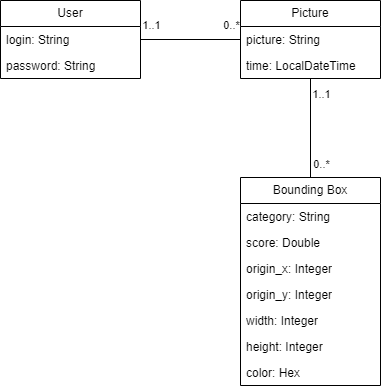
phluoroGG/TP_3.1 keeps this draw.io diagram as Документация/Диаграммы/Диаграмма классов (Class diagram)/Диаграмма классов (Class diagram).png. Above is the earlier version. Source tidied: cells renumbered, new cells last; positions are measured from the earlier drawing's top-left corner, leaving out a move shared by most shapes. Its diagram source:
```xml
<mxGraphModel>
  <root>
    <mxCell id="0" />
    <mxCell id="1" parent="0" />
    <mxCell id="2" value="User" style="swimlane;fontStyle=0;horizontal=1;startSize=26;fillColor=none;whiteSpace=wrap;html=1;" parent="1" vertex="1">
      <mxGeometry width="140" height="78" as="geometry" />
    </mxCell>
    <mxCell id="3" value="login: String" style="text;strokeColor=none;fillColor=none;align=left;verticalAlign=top;spacingLeft=4;spacingRight=4;overflow=hidden;whiteSpace=wrap;html=1;" parent="2" vertex="1">
      <mxGeometry y="26" width="140" height="26" as="geometry" />
    </mxCell>
    <mxCell id="4" value="password: String" style="text;strokeColor=none;fillColor=none;align=left;verticalAlign=top;spacingLeft=4;spacingRight=4;overflow=hidden;whiteSpace=wrap;html=1;" parent="2" vertex="1">
      <mxGeometry y="52" width="140" height="26" as="geometry" />
    </mxCell>
    <mxCell id="5" value="Picture" style="swimlane;fontStyle=0;horizontal=1;startSize=26;fillColor=none;whiteSpace=wrap;html=1;" parent="1" vertex="1">
      <mxGeometry x="240" width="140" height="78" as="geometry" />
    </mxCell>
    <mxCell id="6" value="picture: String" style="text;strokeColor=none;fillColor=none;align=left;verticalAlign=top;spacingLeft=4;spacingRight=4;overflow=hidden;whiteSpace=wrap;html=1;" parent="5" vertex="1">
      <mxGeometry y="26" width="140" height="26" as="geometry" />
    </mxCell>
    <mxCell id="7" value="time: LocalDateTime" style="text;strokeColor=none;fillColor=none;align=left;verticalAlign=top;spacingLeft=4;spacingRight=4;overflow=hidden;whiteSpace=wrap;html=1;" parent="5" vertex="1">
      <mxGeometry y="52" width="140" height="26" as="geometry" />
    </mxCell>
    <mxCell id="8" value="Bounding Box" style="swimlane;fontStyle=0;horizontal=1;startSize=26;fillColor=none;whiteSpace=wrap;html=1;" parent="1" vertex="1">
      <mxGeometry x="240" y="177" width="140" height="208" as="geometry" />
    </mxCell>
    <mxCell id="9" value="category: String" style="text;strokeColor=none;fillColor=none;align=left;verticalAlign=top;spacingLeft=4;spacingRight=4;overflow=hidden;whiteSpace=wrap;html=1;" parent="8" vertex="1">
      <mxGeometry y="26" width="140" height="26" as="geometry" />
    </mxCell>
    <mxCell id="10" value="score: Double" style="text;strokeColor=none;fillColor=none;align=left;verticalAlign=top;spacingLeft=4;spacingRight=4;overflow=hidden;whiteSpace=wrap;html=1;" parent="8" vertex="1">
      <mxGeometry y="52" width="140" height="26" as="geometry" />
    </mxCell>
    <mxCell id="11" value="origin_x: Integer" style="text;strokeColor=none;fillColor=none;align=left;verticalAlign=top;spacingLeft=4;spacingRight=4;overflow=hidden;whiteSpace=wrap;html=1;" parent="8" vertex="1">
      <mxGeometry y="78" width="140" height="26" as="geometry" />
    </mxCell>
    <mxCell id="12" value="origin_y: Integer" style="text;strokeColor=none;fillColor=none;align=left;verticalAlign=top;spacingLeft=4;spacingRight=4;overflow=hidden;whiteSpace=wrap;html=1;" parent="8" vertex="1">
      <mxGeometry y="104" width="140" height="26" as="geometry" />
    </mxCell>
    <mxCell id="13" value="width: Integer" style="text;strokeColor=none;fillColor=none;align=left;verticalAlign=top;spacingLeft=4;spacingRight=4;overflow=hidden;whiteSpace=wrap;html=1;" parent="8" vertex="1">
      <mxGeometry y="130" width="140" height="26" as="geometry" />
    </mxCell>
    <mxCell id="14" value="height: Integer" style="text;strokeColor=none;fillColor=none;align=left;verticalAlign=top;spacingLeft=4;spacingRight=4;overflow=hidden;whiteSpace=wrap;html=1;" parent="8" vertex="1">
      <mxGeometry y="156" width="140" height="26" as="geometry" />
    </mxCell>
    <mxCell id="15" value="color: Hex" style="text;strokeColor=none;fillColor=none;align=left;verticalAlign=top;spacingLeft=4;spacingRight=4;overflow=hidden;whiteSpace=wrap;html=1;" parent="8" vertex="1">
      <mxGeometry y="182" width="140" height="26" as="geometry" />
    </mxCell>
    <mxCell id="16" style="endArrow=none;html=1;rounded=0;" parent="1" edge="1" source="8" target="5">
      <mxGeometry relative="1" as="geometry" />
    </mxCell>
    <mxCell id="17" value="1..1" style="edgeLabel;html=1;align=center;verticalAlign=middle;" parent="16" vertex="1">
      <mxGeometry x="0.7" relative="1" as="geometry">
        <mxPoint x="10" as="offset" />
      </mxGeometry>
    </mxCell>
    <mxCell id="18" value="0..*" style="edgeLabel;html=1;align=center;verticalAlign=middle;" parent="16" vertex="1">
      <mxGeometry x="-0.78" y="-1" relative="1" as="geometry">
        <mxPoint x="9" y="-3" as="offset" />
      </mxGeometry>
    </mxCell>
    <mxCell id="19" style="endArrow=none;html=1;rounded=0;" parent="1" edge="1" source="2" target="5">
      <mxGeometry relative="1" as="geometry" />
    </mxCell>
    <mxCell id="20" value="1..1" style="edgeLabel;html=1;align=center;verticalAlign=middle;" parent="19" vertex="1">
      <mxGeometry x="-0.77" relative="1" as="geometry">
        <mxPoint x="-2" y="-15" as="offset" />
      </mxGeometry>
    </mxCell>
    <mxCell id="21" value="0..*" style="edgeLabel;html=1;align=center;verticalAlign=middle;" parent="19" vertex="1">
      <mxGeometry x="0.82" y="1" relative="1" as="geometry">
        <mxPoint x="-1" y="-14" as="offset" />
      </mxGeometry>
    </mxCell>
  </root>
</mxGraphModel>
```
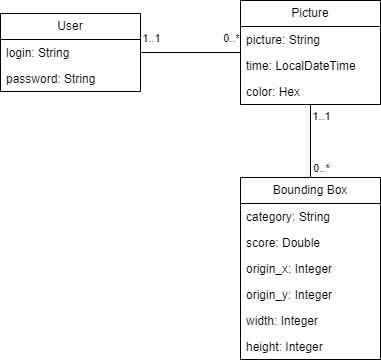
After the change.

Commit message:
Обновлена диаграмма классов

What changed in the source:
```diff
@@ -3,7 +3,7 @@
     <mxCell id="0" />
     <mxCell id="1" parent="0" />
     <mxCell id="2" value="User" style="swimlane;fontStyle=0;horizontal=1;startSize=26;fillColor=none;whiteSpace=wrap;html=1;" parent="1" vertex="1">
-      <mxGeometry width="140" height="78" as="geometry" />
+      <mxGeometry y="13" width="140" height="78" as="geometry" />
     </mxCell>
     <mxCell id="3" value="login: String" style="text;strokeColor=none;fillColor=none;align=left;verticalAlign=top;spacingLeft=4;spacingRight=4;overflow=hidden;whiteSpace=wrap;html=1;" parent="2" vertex="1">
       <mxGeometry y="26" width="140" height="26" as="geometry" />
@@ -12,7 +12,7 @@
       <mxGeometry y="52" width="140" height="26" as="geometry" />
     </mxCell>
     <mxCell id="5" value="Picture" style="swimlane;fontStyle=0;horizontal=1;startSize=26;fillColor=none;whiteSpace=wrap;html=1;" parent="1" vertex="1">
-      <mxGeometry x="240" width="140" height="78" as="geometry" />
+      <mxGeometry x="240" width="140" height="104" as="geometry" />
     </mxCell>
     <mxCell id="6" value="picture: String" style="text;strokeColor=none;fillColor=none;align=left;verticalAlign=top;spacingLeft=4;spacingRight=4;overflow=hidden;whiteSpace=wrap;html=1;" parent="5" vertex="1">
       <mxGeometry y="26" width="140" height="26" as="geometry" />
@@ -20,8 +20,11 @@
     <mxCell id="7" value="time: LocalDateTime" style="text;strokeColor=none;fillColor=none;align=left;verticalAlign=top;spacingLeft=4;spacingRight=4;overflow=hidden;whiteSpace=wrap;html=1;" parent="5" vertex="1">
       <mxGeometry y="52" width="140" height="26" as="geometry" />
     </mxCell>
+    <mxCell id="15" value="color: Hex" style="text;strokeColor=none;fillColor=none;align=left;verticalAlign=top;spacingLeft=4;spacingRight=4;overflow=hidden;whiteSpace=wrap;html=1;" parent="5" vertex="1">
+      <mxGeometry y="78" width="140" height="26" as="geometry" />
+    </mxCell>
     <mxCell id="8" value="Bounding Box" style="swimlane;fontStyle=0;horizontal=1;startSize=26;fillColor=none;whiteSpace=wrap;html=1;" parent="1" vertex="1">
-      <mxGeometry x="240" y="177" width="140" height="208" as="geometry" />
+      <mxGeometry x="240" y="177" width="140" height="182" as="geometry" />
     </mxCell>
     <mxCell id="9" value="category: String" style="text;strokeColor=none;fillColor=none;align=left;verticalAlign=top;spacingLeft=4;spacingRight=4;overflow=hidden;whiteSpace=wrap;html=1;" parent="8" vertex="1">
       <mxGeometry y="26" width="140" height="26" as="geometry" />
@@ -41,9 +44,6 @@
     <mxCell id="14" value="height: Integer" style="text;strokeColor=none;fillColor=none;align=left;verticalAlign=top;spacingLeft=4;spacingRight=4;overflow=hidden;whiteSpace=wrap;html=1;" parent="8" vertex="1">
       <mxGeometry y="156" width="140" height="26" as="geometry" />
     </mxCell>
-    <mxCell id="15" value="color: Hex" style="text;strokeColor=none;fillColor=none;align=left;verticalAlign=top;spacingLeft=4;spacingRight=4;overflow=hidden;whiteSpace=wrap;html=1;" parent="8" vertex="1">
-      <mxGeometry y="182" width="140" height="26" as="geometry" />
-    </mxCell>
     <mxCell id="16" style="endArrow=none;html=1;rounded=0;" parent="1" edge="1" source="8" target="5">
       <mxGeometry relative="1" as="geometry" />
     </mxCell>
@@ -54,7 +54,7 @@
     </mxCell>
     <mxCell id="18" value="0..*" style="edgeLabel;html=1;align=center;verticalAlign=middle;" parent="16" vertex="1">
       <mxGeometry x="-0.78" y="-1" relative="1" as="geometry">
-        <mxPoint x="9" y="-3" as="offset" />
+        <mxPoint x="9" y="-2" as="offset" />
       </mxGeometry>
     </mxCell>
     <mxCell id="19" style="endArrow=none;html=1;rounded=0;" parent="1" edge="1" source="2" target="5">
```
